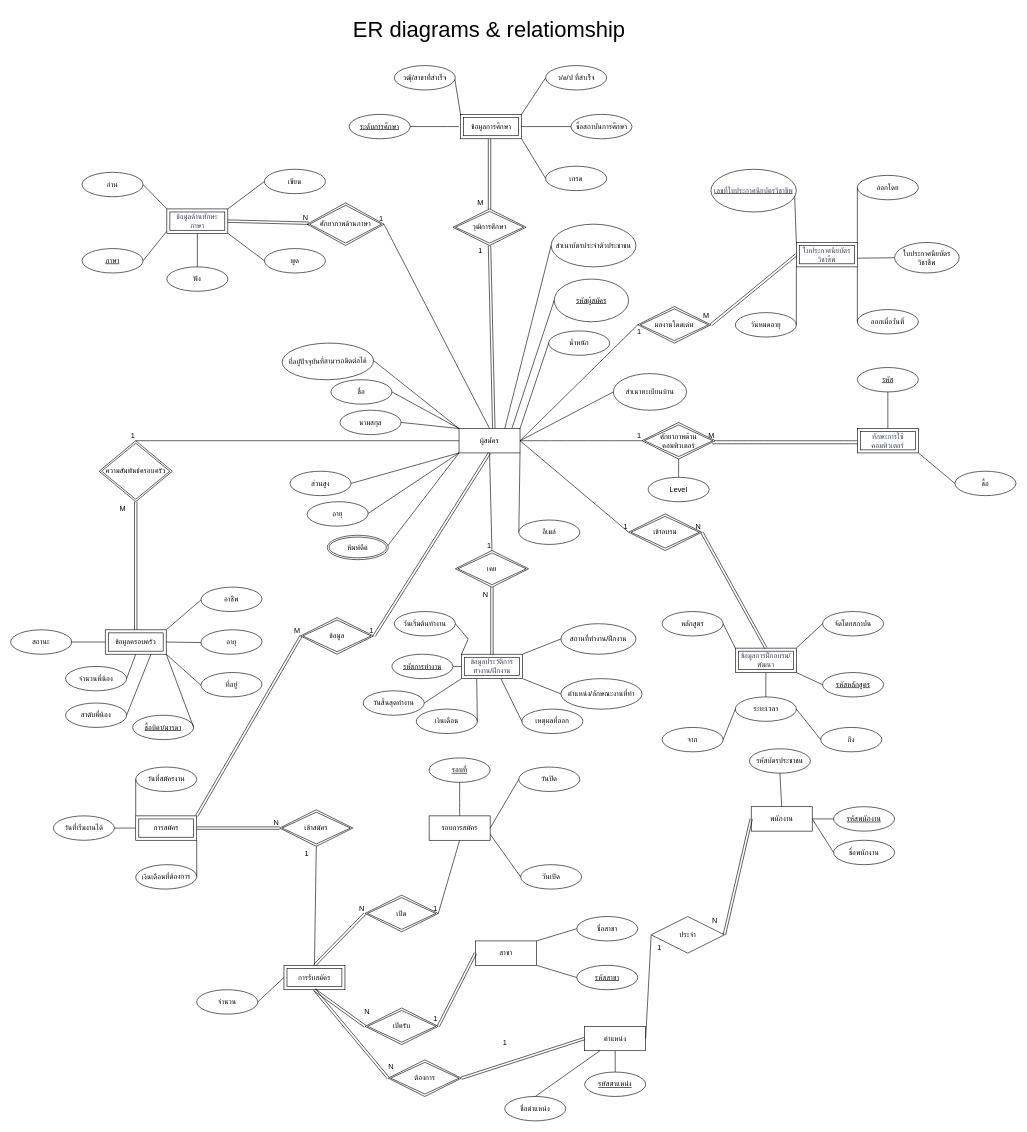
The draw.io diagram page "ER diagrams & Relationship" (2 of 6) of YZ.drawio in Exises/RandomSalt, before the edit. Source tidied: cells renumbered, new cells numbered last; positions are measured from the earlier drawing's top-left corner, leaving out a move shared by most shapes. Both pictures are drawn from the tidied source at 61%, with x=0, y=0 at pixel (10, 10).
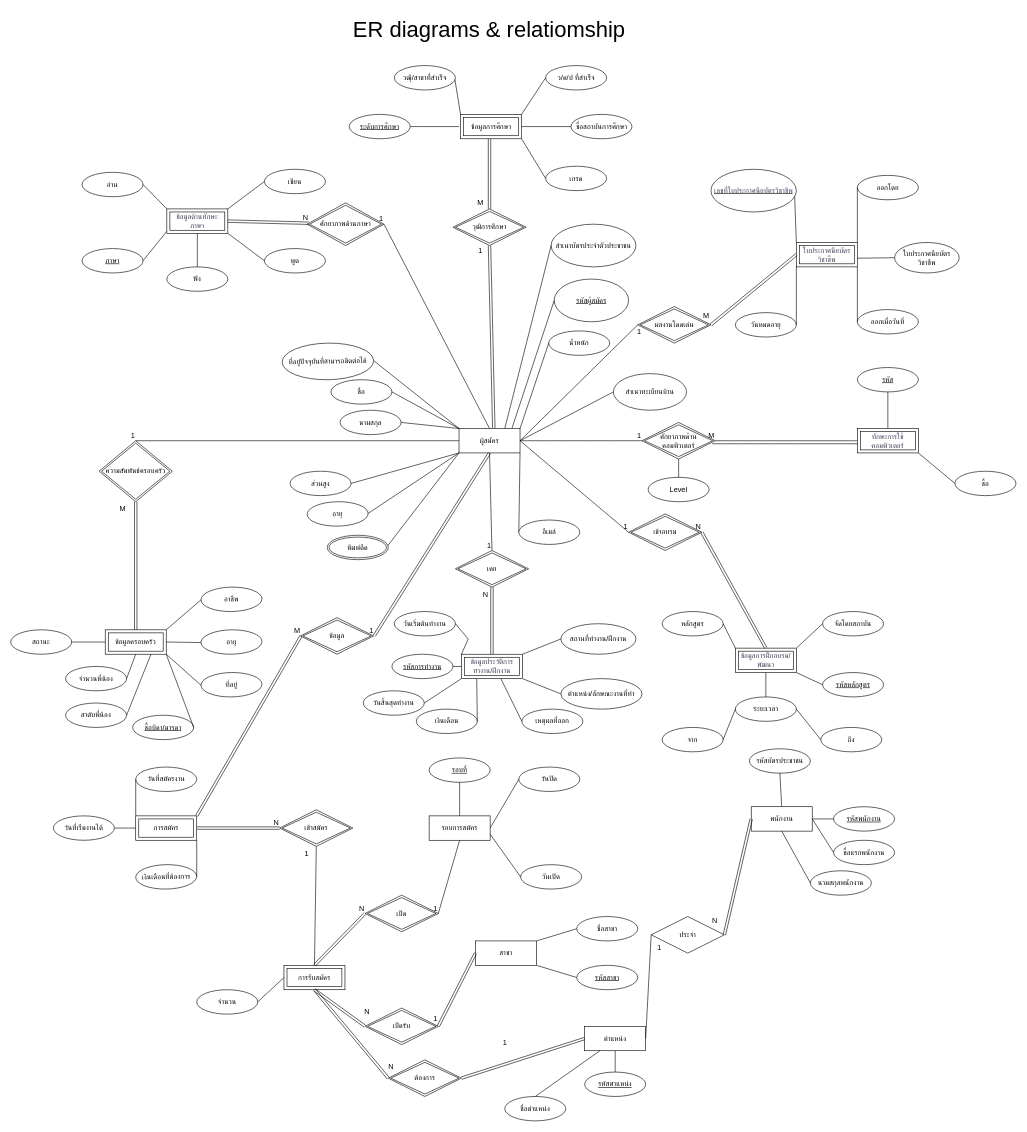
The same page after the edit.

The change refers to these unchanged cells:
```xml
<mxCell id="117" value="พนักงาน" style="whiteSpace=wrap;html=1;align=center;labelBackgroundColor=none;" parent="1" vertex="1">
  <mxGeometry x="1214" y="1305" width="100" height="40" as="geometry" />
</mxCell>
```

What changed in the source:
```diff
@@
-    <mxCell id="120" value="ชื่อพนักงาน" style="ellipse;whiteSpace=wrap;html=1;align=center;labelBackgroundColor=none;" parent="1" vertex="1">
+    <mxCell id="120" value="&lt;span style=&quot;text-align: left; text-wrap-mode: nowrap;&quot;&gt;&lt;font&gt;ชื่อแรกพนักงาน&lt;/font&gt;&lt;/span&gt;" style="ellipse;whiteSpace=wrap;html=1;align=center;labelBackgroundColor=none;" parent="1" vertex="1">
       <mxGeometry x="1349" y="1360" width="100" height="40" as="geometry" />
     </mxCell>
@@
+    <mxCell id="212" value="&lt;span style=&quot;text-align: left; text-wrap-mode: nowrap;&quot;&gt;&lt;font&gt;นามสกุลพนักงาน&lt;/font&gt;&lt;/span&gt;" style="ellipse;whiteSpace=wrap;html=1;align=center;labelBackgroundColor=none;" parent="1" vertex="1">
+      <mxGeometry x="1311" y="1410" width="100" height="40" as="geometry" />
+    </mxCell>
+    <mxCell id="213" style="endArrow=none;html=1;rounded=0;entryX=0;entryY=0.5;entryDx=0;entryDy=0;exitX=0.5;exitY=1;exitDx=0;exitDy=0;labelBackgroundColor=none;fontColor=default;" parent="1" edge="1" source="117" target="212">
+      <mxGeometry relative="1" as="geometry" />
+    </mxCell>
```
